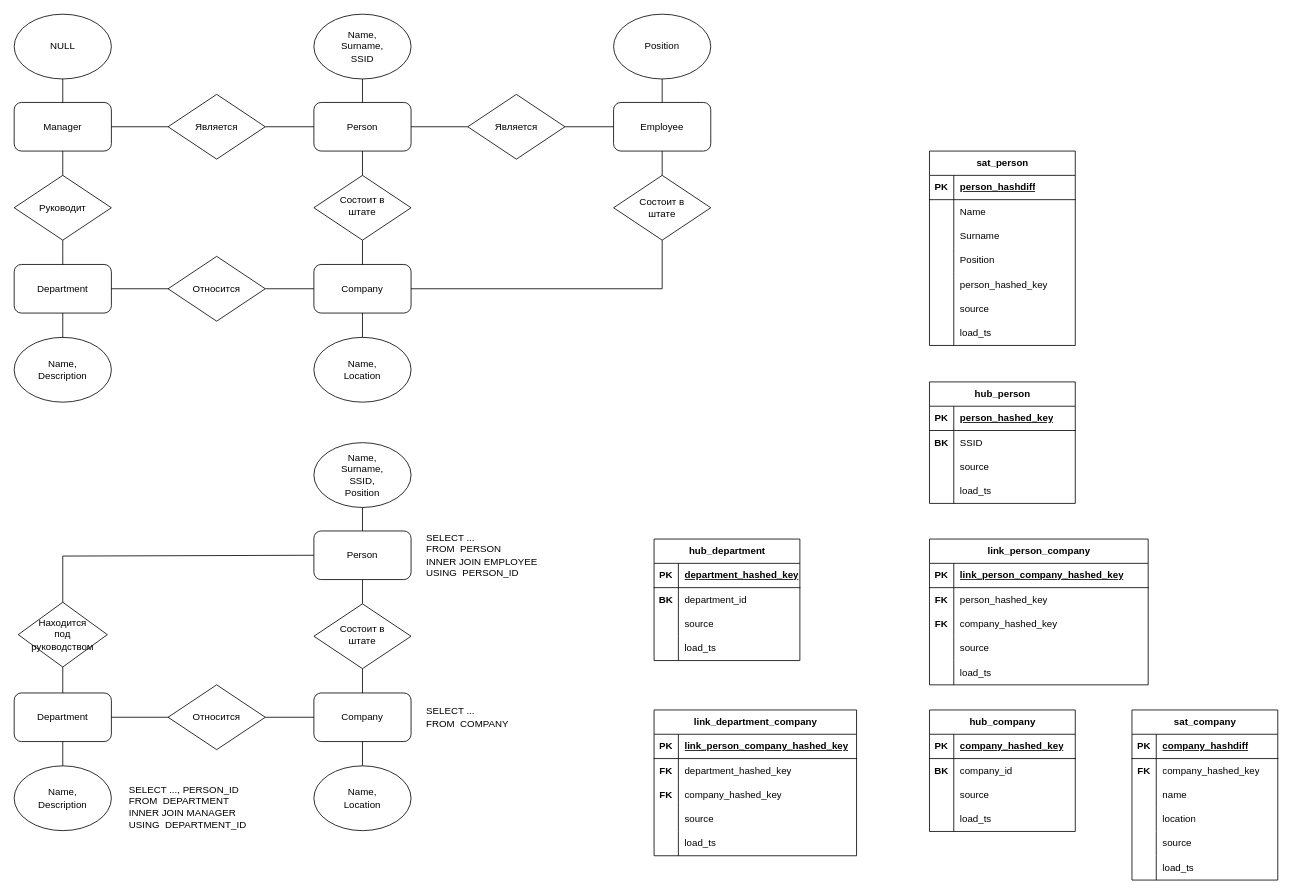
VanShi87/data-engineer-2023-11 keeps this draw.io diagram as Lesson_2/Task.drawio. Above is the earlier version. Source tidied: cells renumbered, new cells numbered last; positions are measured from the earlier drawing's top-left corner, leaving out a move shared by most shapes. Both pictures are drawn from the tidied source at 81%, with x=0, y=0 at pixel (14, 14).
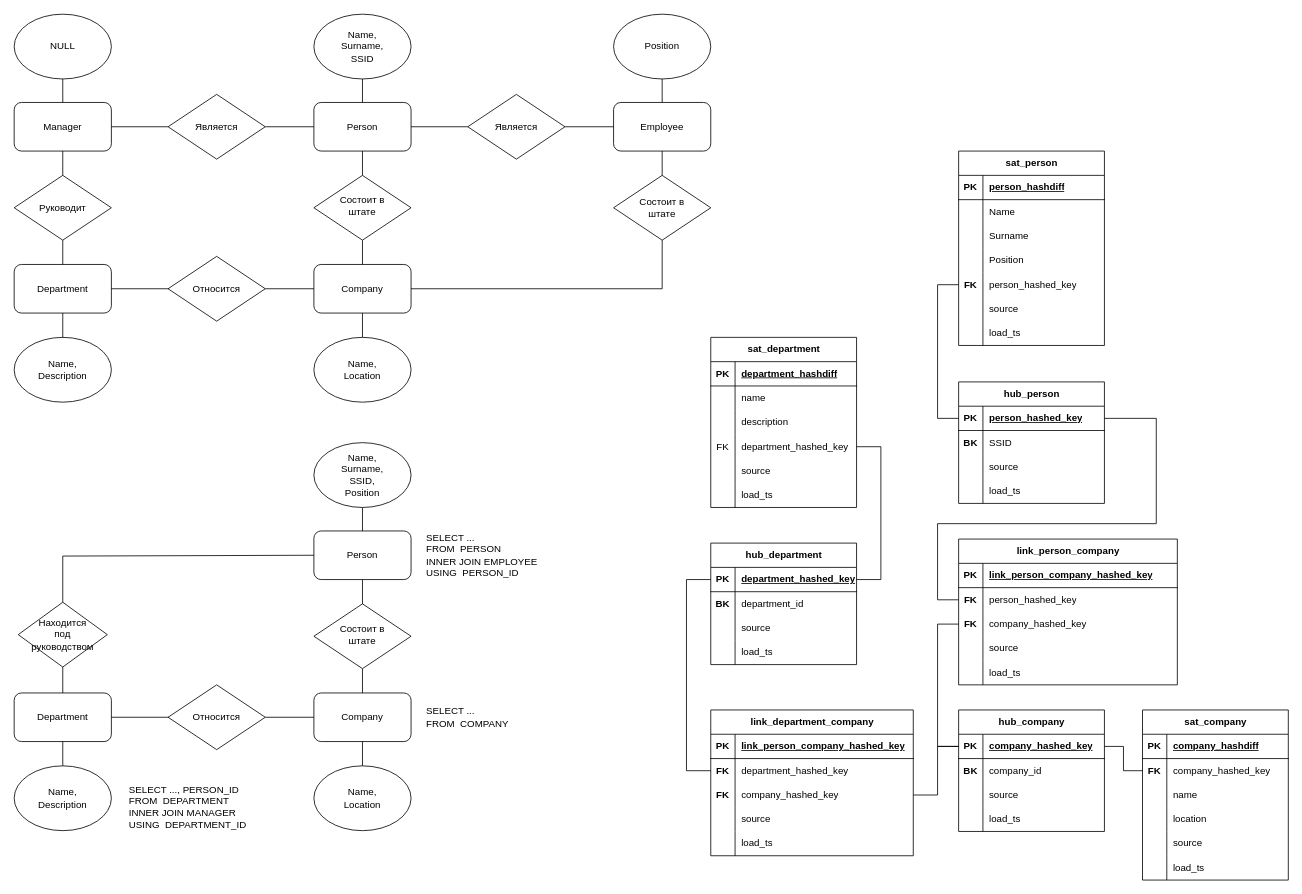
Above is the later version.

Commit message:
Обновление Lesson_2/Task.drawio

The change refers to these unchanged cells:
```xml
<mxCell id="93" style="shape=tableRow;horizontal=0;startSize=0;swimlaneHead=0;swimlaneBody=0;fillColor=none;points=[[0,0.5],[1,0.5]];portConstraint=eastwest;top=0;left=0;right=0;bottom=0;" parent="80" vertex="1">
  <mxGeometry y="150" width="180" height="30" as="geometry" />
</mxCell>
<mxCell id="103" style="shape=tableRow;horizontal=0;startSize=0;swimlaneHead=0;swimlaneBody=0;fillColor=none;points=[[0,0.5],[1,0.5]];portConstraint=eastwest;top=0;left=0;right=0;bottom=1;" parent="102" vertex="1">
  <mxGeometry y="30" width="180" height="30" as="geometry" />
</mxCell>
<mxCell id="119" style="shape=tableRow;horizontal=0;startSize=0;swimlaneHead=0;swimlaneBody=0;fillColor=none;points=[[0,0.5],[1,0.5]];portConstraint=eastwest;top=0;left=0;right=0;bottom=0;" parent="115" vertex="1">
  <mxGeometry y="60" width="270" height="30" as="geometry" />
</mxCell>
<mxCell id="122" style="shape=tableRow;horizontal=0;startSize=0;swimlaneHead=0;swimlaneBody=0;fillColor=none;points=[[0,0.5],[1,0.5]];portConstraint=eastwest;top=0;left=0;right=0;bottom=0;" parent="115" vertex="1">
  <mxGeometry y="90" width="270" height="30" as="geometry" />
</mxCell>
<mxCell id="135" style="shape=tableRow;horizontal=0;startSize=0;swimlaneHead=0;swimlaneBody=0;fillColor=none;points=[[0,0.5],[1,0.5]];portConstraint=eastwest;top=0;left=0;right=0;bottom=0;" parent="131" vertex="1">
  <mxGeometry y="60" width="250" height="30" as="geometry" />
</mxCell>
<mxCell id="138" style="shape=tableRow;horizontal=0;startSize=0;swimlaneHead=0;swimlaneBody=0;fillColor=none;points=[[0,0.5],[1,0.5]];portConstraint=eastwest;top=0;left=0;right=0;bottom=0;" parent="131" vertex="1">
  <mxGeometry y="90" width="250" height="30" as="geometry" />
</mxCell>
<mxCell id="148" style="shape=tableRow;horizontal=0;startSize=0;swimlaneHead=0;swimlaneBody=0;fillColor=none;points=[[0,0.5],[1,0.5]];portConstraint=eastwest;top=0;left=0;right=0;bottom=1;" parent="147" vertex="1">
  <mxGeometry y="30" width="180" height="30" as="geometry" />
</mxCell>
<mxCell id="164" style="shape=tableRow;horizontal=0;startSize=0;swimlaneHead=0;swimlaneBody=0;fillColor=none;points=[[0,0.5],[1,0.5]];portConstraint=eastwest;top=0;left=0;right=0;bottom=0;" parent="160" vertex="1">
  <mxGeometry y="60" width="180" height="30" as="geometry" />
</mxCell>
<mxCell id="180" style="shape=tableRow;horizontal=0;startSize=0;swimlaneHead=0;swimlaneBody=0;fillColor=none;points=[[0,0.5],[1,0.5]];portConstraint=eastwest;top=0;left=0;right=0;bottom=1;" parent="179" vertex="1">
  <mxGeometry y="30" width="180" height="30" as="geometry" />
</mxCell>
```

The edit, as a diff of the source:
```diff
@@
     <mxCell id="80" value="sat_person" style="shape=table;startSize=30;childLayout=tableLayout;rowLines=0;fontStyle=1;align=center;html=1;" parent="1" vertex="1">
-      <mxGeometry x="1130" y="169" width="180" height="240" as="geometry" />
+      <mxGeometry x="1166" y="169" width="180" height="240" as="geometry" />
     </mxCell>
@@
-    <mxCell id="94" style="shape=partialRectangle;fillColor=none;top=0;left=0;bottom=0;right=0;overflow=hidden;whiteSpace=wrap;html=1;" parent="93" vertex="1">
+    <mxCell id="94" value="&lt;b&gt;FK&lt;/b&gt;" style="shape=partialRectangle;fillColor=none;top=0;left=0;bottom=0;right=0;overflow=hidden;whiteSpace=wrap;html=1;" parent="93" vertex="1">
       <mxGeometry width="30" height="30" as="geometry" />
     </mxCell>
@@
     <mxCell id="102" value="hub_person" style="shape=table;startSize=30;childLayout=tableLayout;rowLines=0;fontStyle=1;align=center;html=1;" parent="1" vertex="1">
-      <mxGeometry x="1130" y="454" width="180" height="150" as="geometry" />
+      <mxGeometry x="1166" y="454" width="180" height="150" as="geometry" />
     </mxCell>
@@
     <mxCell id="115" value="link_person_company" style="shape=table;startSize=30;childLayout=tableLayout;rowLines=0;fontStyle=1;align=center;html=1;" parent="1" vertex="1">
-      <mxGeometry x="1130" y="648" width="270" height="180" as="geometry" />
+      <mxGeometry x="1166" y="648" width="270" height="180" as="geometry" />
     </mxCell>
@@
     <mxCell id="131" value="link_department_company" style="shape=table;startSize=30;childLayout=tableLayout;rowLines=0;fontStyle=1;align=center;html=1;" parent="1" vertex="1">
-      <mxGeometry x="790" y="859" width="250" height="180" as="geometry" />
+      <mxGeometry x="860" y="859" width="250" height="180" as="geometry" />
     </mxCell>
@@
     <mxCell id="147" value="hub_department" style="shape=table;startSize=30;childLayout=tableLayout;rowLines=0;fontStyle=1;align=center;html=1;" parent="1" vertex="1">
-      <mxGeometry x="790" y="648" width="180" height="150" as="geometry" />
+      <mxGeometry x="860" y="653" width="180" height="150" as="geometry" />
     </mxCell>
@@
     <mxCell id="160" value="sat_company" style="shape=table;startSize=30;childLayout=tableLayout;rowLines=0;fontStyle=1;align=center;html=1;" parent="1" vertex="1">
-      <mxGeometry x="1380" y="859" width="180" height="210" as="geometry" />
+      <mxGeometry x="1393" y="859" width="180" height="210" as="geometry" />
     </mxCell>
@@
     <mxCell id="179" value="hub_company" style="shape=table;startSize=30;childLayout=tableLayout;rowLines=0;fontStyle=1;align=center;html=1;" parent="1" vertex="1">
-      <mxGeometry x="1130" y="859" width="180" height="150" as="geometry" />
+      <mxGeometry x="1166" y="859" width="180" height="150" as="geometry" />
     </mxCell>
@@
+    <mxCell id="192" value="sat_department" style="shape=table;startSize=30;childLayout=tableLayout;rowLines=0;fontStyle=1;align=center;html=1;" parent="1" vertex="1">
+      <mxGeometry x="860" y="399" width="180" height="210" as="geometry" />
+    </mxCell>
+    <mxCell id="193" style="shape=tableRow;horizontal=0;startSize=0;swimlaneHead=0;swimlaneBody=0;fillColor=none;top=0;left=0;right=0;bottom=1;" parent="192" vertex="1">
+      <mxGeometry y="30" width="180" height="30" as="geometry" />
+    </mxCell>
+    <mxCell id="194" value="PK" style="shape=partialRectangle;fillColor=none;top=0;left=0;bottom=0;right=0;fontStyle=1;overflow=hidden;whiteSpace=wrap;html=1;" parent="193" vertex="1">
+      <mxGeometry width="30" height="30" as="geometry" />
+    </mxCell>
+    <mxCell id="195" value="department_hashdiff" style="shape=partialRectangle;fillColor=none;top=0;left=0;bottom=0;right=0;align=left;spacingLeft=6;fontStyle=5;overflow=hidden;whiteSpace=wrap;html=1;" parent="193" vertex="1">
+      <mxGeometry x="30" width="150" height="30" as="geometry" />
+    </mxCell>
+    <mxCell id="196" style="shape=tableRow;horizontal=0;startSize=0;swimlaneHead=0;swimlaneBody=0;fillColor=none;top=0;left=0;right=0;bottom=0;" parent="192" vertex="1">
+      <mxGeometry y="60" width="180" height="30" as="geometry" />
+    </mxCell>
+    <mxCell id="197" style="shape=partialRectangle;fillColor=none;top=0;left=0;bottom=0;right=0;overflow=hidden;whiteSpace=wrap;html=1;" parent="196" vertex="1">
+      <mxGeometry width="30" height="30" as="geometry" />
+    </mxCell>
+    <mxCell id="198" value="name" style="shape=partialRectangle;fillColor=none;top=0;left=0;bottom=0;right=0;align=left;spacingLeft=6;overflow=hidden;whiteSpace=wrap;html=1;" parent="196" vertex="1">
+      <mxGeometry x="30" width="150" height="30" as="geometry" />
+    </mxCell>
+    <mxCell id="199" style="shape=tableRow;horizontal=0;startSize=0;swimlaneHead=0;swimlaneBody=0;fillColor=none;top=0;left=0;right=0;bottom=0;" parent="192" vertex="1">
+      <mxGeometry y="90" width="180" height="30" as="geometry" />
+    </mxCell>
+    <mxCell id="200" style="shape=partialRectangle;fillColor=none;top=0;left=0;bottom=0;right=0;overflow=hidden;whiteSpace=wrap;html=1;" parent="199" vertex="1">
+      <mxGeometry width="30" height="30" as="geometry" />
+    </mxCell>
+    <mxCell id="201" value="description" style="shape=partialRectangle;fillColor=none;top=0;left=0;bottom=0;right=0;align=left;spacingLeft=6;overflow=hidden;whiteSpace=wrap;html=1;" parent="199" vertex="1">
+      <mxGeometry x="30" width="150" height="30" as="geometry" />
+    </mxCell>
+    <mxCell id="202" style="shape=tableRow;horizontal=0;startSize=0;swimlaneHead=0;swimlaneBody=0;fillColor=none;points=[[0,0.5],[1,0.5]];portConstraint=eastwest;top=0;left=0;right=0;bottom=0;" parent="192" vertex="1">
+      <mxGeometry y="120" width="180" height="30" as="geometry" />
+    </mxCell>
+    <mxCell id="203" value="FK" style="shape=partialRectangle;fillColor=none;top=0;left=0;bottom=0;right=0;overflow=hidden;whiteSpace=wrap;html=1;" parent="202" vertex="1">
+      <mxGeometry width="30" height="30" as="geometry" />
+    </mxCell>
+    <mxCell id="204" value="department_hashed_key" style="shape=partialRectangle;fillColor=none;top=0;left=0;bottom=0;right=0;align=left;spacingLeft=6;overflow=hidden;whiteSpace=wrap;html=1;" parent="202" vertex="1">
+      <mxGeometry x="30" width="150" height="30" as="geometry" />
+    </mxCell>
+    <mxCell id="205" style="shape=tableRow;horizontal=0;startSize=0;swimlaneHead=0;swimlaneBody=0;fillColor=none;top=0;left=0;right=0;bottom=0;" parent="192" vertex="1">
+      <mxGeometry y="150" width="180" height="30" as="geometry" />
+    </mxCell>
+    <mxCell id="206" style="shape=partialRectangle;fillColor=none;top=0;left=0;bottom=0;right=0;overflow=hidden;whiteSpace=wrap;html=1;" parent="205" vertex="1">
+      <mxGeometry width="30" height="30" as="geometry" />
+    </mxCell>
+    <mxCell id="207" value="source" style="shape=partialRectangle;fillColor=none;top=0;left=0;bottom=0;right=0;align=left;spacingLeft=6;overflow=hidden;whiteSpace=wrap;html=1;" parent="205" vertex="1">
+      <mxGeometry x="30" width="150" height="30" as="geometry" />
+    </mxCell>
+    <mxCell id="208" style="shape=tableRow;horizontal=0;startSize=0;swimlaneHead=0;swimlaneBody=0;fillColor=none;top=0;left=0;right=0;bottom=0;" parent="192" vertex="1">
+      <mxGeometry y="180" width="180" height="30" as="geometry" />
+    </mxCell>
+    <mxCell id="209" style="shape=partialRectangle;fillColor=none;top=0;left=0;bottom=0;right=0;overflow=hidden;whiteSpace=wrap;html=1;" parent="208" vertex="1">
+      <mxGeometry width="30" height="30" as="geometry" />
+    </mxCell>
+    <mxCell id="210" value="load_ts" style="shape=partialRectangle;fillColor=none;top=0;left=0;bottom=0;right=0;align=left;spacingLeft=6;overflow=hidden;whiteSpace=wrap;html=1;" parent="208" vertex="1">
+      <mxGeometry x="30" width="150" height="30" as="geometry" />
+    </mxCell>
+    <mxCell id="211" style="endArrow=none;html=1;rounded=0;entryX=0;entryY=0.5;entryDx=0;entryDy=0;exitX=0;exitY=0.5;exitDx=0;exitDy=0;edgeStyle=orthogonalEdgeStyle;" parent="1" edge="1" source="103" target="93">
+      <mxGeometry relative="1" as="geometry">
+        <Array as="points">
+          <mxPoint x="1140" y="499" />
+          <mxPoint x="1140" y="334" />
+        </Array>
+      </mxGeometry>
+    </mxCell>
+    <mxCell id="212" style="endArrow=none;html=1;rounded=0;exitX=1;exitY=0.5;exitDx=0;exitDy=0;edgeStyle=orthogonalEdgeStyle;entryX=0;entryY=0.5;entryDx=0;entryDy=0;" parent="1" edge="1" source="103" target="119">
+      <mxGeometry relative="1" as="geometry">
+        <Array as="points">
+          <mxPoint x="1410" y="499" />
+          <mxPoint x="1410" y="629" />
+          <mxPoint x="1140" y="629" />
+          <mxPoint x="1140" y="723" />
+        </Array>
+      </mxGeometry>
+    </mxCell>
+    <mxCell id="213" style="endArrow=none;html=1;rounded=0;entryX=0;entryY=0.5;entryDx=0;entryDy=0;exitX=0;exitY=0.5;exitDx=0;exitDy=0;edgeStyle=orthogonalEdgeStyle;" parent="1" edge="1" source="180" target="122">
+      <mxGeometry relative="1" as="geometry">
+        <Array as="points">
+          <mxPoint x="1140" y="904" />
+          <mxPoint x="1140" y="753" />
+        </Array>
+      </mxGeometry>
+    </mxCell>
+    <mxCell id="214" style="endArrow=none;html=1;rounded=0;edgeStyle=orthogonalEdgeStyle;exitX=1;exitY=0.5;exitDx=0;exitDy=0;entryX=0;entryY=0.5;entryDx=0;entryDy=0;" parent="1" edge="1" source="180" target="164">
+      <mxGeometry relative="1" as="geometry" />
+    </mxCell>
+    <mxCell id="215" style="endArrow=none;html=1;rounded=0;entryX=0;entryY=0.5;entryDx=0;entryDy=0;exitX=1;exitY=0.5;exitDx=0;exitDy=0;edgeStyle=orthogonalEdgeStyle;" parent="1" edge="1" source="138" target="180">
+      <mxGeometry relative="1" as="geometry">
+        <Array as="points">
+          <mxPoint x="1140" y="964" />
+          <mxPoint x="1140" y="904" />
+        </Array>
+      </mxGeometry>
+    </mxCell>
+    <mxCell id="216" style="endArrow=none;html=1;rounded=0;exitX=0;exitY=0.5;exitDx=0;exitDy=0;entryX=0;entryY=0.5;entryDx=0;entryDy=0;edgeStyle=orthogonalEdgeStyle;" parent="1" edge="1" source="135" target="148">
+      <mxGeometry relative="1" as="geometry">
+        <Array as="points">
+          <mxPoint x="830" y="934" />
+          <mxPoint x="830" y="698" />
+        </Array>
+      </mxGeometry>
+    </mxCell>
+    <mxCell id="217" style="endArrow=none;html=1;rounded=0;entryX=1;entryY=0.5;entryDx=0;entryDy=0;exitX=1;exitY=0.5;exitDx=0;exitDy=0;edgeStyle=orthogonalEdgeStyle;" parent="1" edge="1" source="202" target="148">
+      <mxGeometry relative="1" as="geometry">
+        <Array as="points">
+          <mxPoint x="1070" y="534" />
+          <mxPoint x="1070" y="698" />
+        </Array>
+      </mxGeometry>
+    </mxCell>
```
